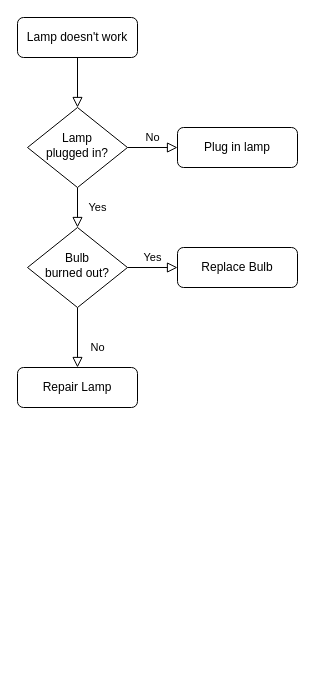
This is Untitled Diagram.drawio from jrosmirez94/Pedal-Multiefecto, a draw.io file, before an edit. Source tidied: cells renumbered, new cells numbered last; positions are measured from the earlier drawing's top-left corner, leaving out a move shared by most shapes. Both pictures are drawn from the tidied source at 100%, with x=0, y=0 at pixel (17, 17).
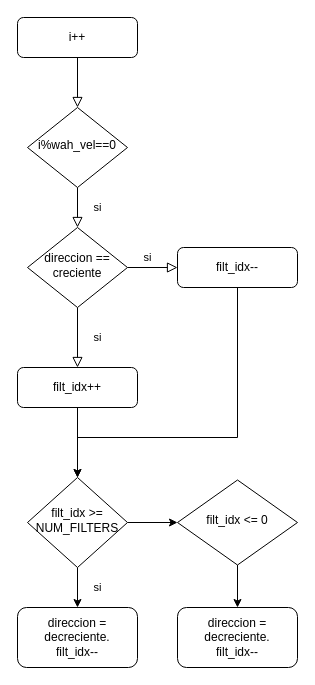
After the change.

Commit message:
diagrama wah wah

Change to the diagram source:
```diff
@@
-    <mxCell id="3" value="Lamp doesn't work" style="rounded=1;whiteSpace=wrap;html=1;fontSize=12;glass=0;strokeWidth=1;shadow=0;" parent="1" vertex="1">
+    <mxCell id="3" value="i++" style="rounded=1;whiteSpace=wrap;html=1;fontSize=12;glass=0;strokeWidth=1;shadow=0;" parent="1" vertex="1">
       <mxGeometry width="120" height="40" as="geometry" />
     </mxCell>
-    <mxCell id="4" value="Yes" style="rounded=0;html=1;jettySize=auto;fontSize=11;endArrow=block;endFill=0;endSize=8;strokeWidth=1;shadow=0;labelBackgroundColor=none;edgeStyle=orthogonalEdgeStyle;" parent="1" edge="1" source="6" target="10">
+    <mxCell id="4" value="si" style="rounded=0;html=1;jettySize=auto;fontSize=11;endArrow=block;endFill=0;endSize=8;strokeWidth=1;shadow=0;labelBackgroundColor=none;edgeStyle=orthogonalEdgeStyle;" parent="1" edge="1" source="6" target="10">
       <mxGeometry y="20" relative="1" as="geometry" />
     </mxCell>
-    <mxCell id="5" value="No" style="edgeStyle=orthogonalEdgeStyle;rounded=0;html=1;jettySize=auto;fontSize=11;endArrow=block;endFill=0;endSize=8;strokeWidth=1;shadow=0;labelBackgroundColor=none;" parent="1" edge="1" source="6" target="7">
-      <mxGeometry y="10" relative="1" as="geometry" />
-    </mxCell>
-    <mxCell id="6" value="Lamp&lt;br&gt;plugged in?" style="rhombus;whiteSpace=wrap;html=1;shadow=0;fontFamily=Helvetica;fontSize=12;align=center;strokeWidth=1;spacing=6;spacingTop=-4;" parent="1" vertex="1">
+    <mxCell id="6" value="i%wah_vel==0" style="rhombus;whiteSpace=wrap;html=1;shadow=0;fontFamily=Helvetica;fontSize=12;align=center;strokeWidth=1;spacing=6;spacingTop=-4;" parent="1" vertex="1">
       <mxGeometry x="10" y="90" width="100" height="80" as="geometry" />
     </mxCell>
-    <mxCell id="7" value="Plug in lamp" style="rounded=1;whiteSpace=wrap;html=1;fontSize=12;glass=0;strokeWidth=1;shadow=0;" parent="1" vertex="1">
-      <mxGeometry x="160" y="110" width="120" height="40" as="geometry" />
-    </mxCell>
-    <mxCell id="8" value="No" style="rounded=0;html=1;jettySize=auto;fontSize=11;endArrow=block;endFill=0;endSize=8;strokeWidth=1;shadow=0;labelBackgroundColor=none;edgeStyle=orthogonalEdgeStyle;" parent="1" edge="1" source="10" target="11">
-      <mxGeometry x="0.33" y="20" relative="1" as="geometry" />
+    <mxCell id="8" value="si" style="rounded=0;html=1;jettySize=auto;fontSize=11;endArrow=block;endFill=0;endSize=8;strokeWidth=1;shadow=0;labelBackgroundColor=none;edgeStyle=orthogonalEdgeStyle;" parent="1" edge="1" source="10" target="11">
+      <mxGeometry x="-1" y="86" relative="1" as="geometry">
+        <mxPoint x="-16" y="-50" as="offset" />
+      </mxGeometry>
     </mxCell>
-    <mxCell id="9" value="Yes" style="edgeStyle=orthogonalEdgeStyle;rounded=0;html=1;jettySize=auto;fontSize=11;endArrow=block;endFill=0;endSize=8;strokeWidth=1;shadow=0;labelBackgroundColor=none;" parent="1" edge="1" source="10" target="12">
-      <mxGeometry y="10" relative="1" as="geometry" />
+    <mxCell id="9" value="si" style="edgeStyle=orthogonalEdgeStyle;rounded=0;html=1;jettySize=auto;fontSize=11;endArrow=block;endFill=0;endSize=8;strokeWidth=1;shadow=0;labelBackgroundColor=none;" parent="1" edge="1" source="10" target="12">
+      <mxGeometry x="-1" y="-76" relative="1" as="geometry">
+        <mxPoint x="-30" y="-6" as="offset" />
+      </mxGeometry>
     </mxCell>
-    <mxCell id="10" value="Bulb&lt;br&gt;burned out?" style="rhombus;whiteSpace=wrap;html=1;shadow=0;fontFamily=Helvetica;fontSize=12;align=center;strokeWidth=1;spacing=6;spacingTop=-4;" parent="1" vertex="1">
+    <mxCell id="10" value="direccion == creciente" style="rhombus;whiteSpace=wrap;html=1;shadow=0;fontFamily=Helvetica;fontSize=12;align=center;strokeWidth=1;spacing=6;spacingTop=-4;" parent="1" vertex="1">
       <mxGeometry x="10" y="210" width="100" height="80" as="geometry" />
     </mxCell>
+    <mxCell id="13" style="edgeStyle=orthogonalEdgeStyle;rounded=0;jettySize=auto;html=1;entryX=0.5;entryY=0;entryDx=0;entryDy=0;" parent="1" edge="1" source="11" target="18">
+      <mxGeometry relative="1" as="geometry" />
+    </mxCell>
-    <mxCell id="11" value="Repair Lamp" style="rounded=1;whiteSpace=wrap;html=1;fontSize=12;glass=0;strokeWidth=1;shadow=0;" parent="1" vertex="1">
+    <mxCell id="11" value="filt_idx++" style="rounded=1;whiteSpace=wrap;html=1;fontSize=12;glass=0;strokeWidth=1;shadow=0;" parent="1" vertex="1">
       <mxGeometry y="350" width="120" height="40" as="geometry" />
     </mxCell>
+    <mxCell id="14" style="edgeStyle=orthogonalEdgeStyle;rounded=0;jettySize=auto;html=1;" parent="1" edge="1" source="12">
+      <mxGeometry relative="1" as="geometry">
+        <mxPoint x="60" y="460" as="targetPoint" />
+        <Array as="points">
+          <mxPoint x="220" y="420" />
+          <mxPoint x="60" y="420" />
+        </Array>
+      </mxGeometry>
+    </mxCell>
-    <mxCell id="12" value="Replace Bulb" style="rounded=1;whiteSpace=wrap;html=1;fontSize=12;glass=0;strokeWidth=1;shadow=0;" parent="1" vertex="1">
+    <mxCell id="12" value="filt_idx--" style="rounded=1;whiteSpace=wrap;html=1;fontSize=12;glass=0;strokeWidth=1;shadow=0;" parent="1" vertex="1">
       <mxGeometry x="160" y="230" width="120" height="40" as="geometry" />
     </mxCell>
+    <mxCell id="15" value="direccion = decreciente.&lt;br&gt;filt_idx--" style="whiteSpace=wrap;html=1;rounded=1;shadow=0;strokeWidth=1;glass=0;" parent="1" vertex="1">
+      <mxGeometry y="590" width="120" height="60" as="geometry" />
+    </mxCell>
+    <mxCell id="16" style="edgeStyle=orthogonalEdgeStyle;rounded=0;jettySize=auto;html=1;entryX=0;entryY=0.5;entryDx=0;entryDy=0;" parent="1" edge="1" source="18" target="20">
+      <mxGeometry relative="1" as="geometry" />
+    </mxCell>
+    <mxCell id="17" value="si" style="edgeStyle=orthogonalEdgeStyle;rounded=0;jettySize=auto;html=1;entryX=0.5;entryY=0;entryDx=0;entryDy=0;" parent="1" edge="1" source="18" target="15">
+      <mxGeometry y="20" relative="1" as="geometry" />
+    </mxCell>
+    <mxCell id="18" value="filt_idx &amp;gt;= NUM_FILTERS" style="rhombus;whiteSpace=wrap;html=1;shadow=0;fontFamily=Helvetica;fontSize=12;align=center;strokeWidth=1;spacing=6;spacingTop=-4;" parent="1" vertex="1">
+      <mxGeometry x="10" y="460" width="100" height="90" as="geometry" />
+    </mxCell>
+    <mxCell id="19" style="edgeStyle=orthogonalEdgeStyle;rounded=0;jettySize=auto;html=1;entryX=0.5;entryY=0;entryDx=0;entryDy=0;" parent="1" edge="1" source="20" target="21">
+      <mxGeometry relative="1" as="geometry" />
+    </mxCell>
+    <mxCell id="20" value="filt_idx &amp;lt;= 0" style="rhombus;whiteSpace=wrap;html=1;shadow=0;fontFamily=Helvetica;fontSize=12;align=center;strokeWidth=1;spacing=6;spacingTop=-4;" parent="1" vertex="1">
+      <mxGeometry x="160" y="462.5" width="120" height="85" as="geometry" />
+    </mxCell>
+    <mxCell id="21" value="direccion = decreciente.&lt;br&gt;filt_idx--" style="whiteSpace=wrap;html=1;rounded=1;shadow=0;strokeWidth=1;glass=0;" parent="1" vertex="1">
+      <mxGeometry x="160" y="590" width="120" height="60" as="geometry" />
+    </mxCell>
```
